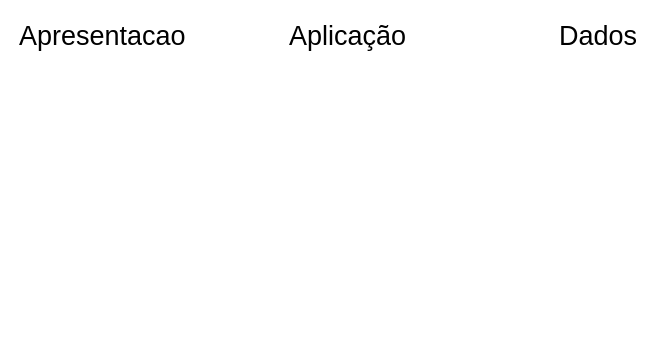
Before: page "Page-4" (4 of 4) of data/Diagrama dados.drawio in Hiperbite/nova_rh_srv, a draw.io diagram. Source tidied: cells renumbered, new cells numbered last; positions are measured from the earlier drawing's top-left corner, leaving out a move shared by most shapes. Both pictures are drawn from the tidied source at 100%, with x=0, y=0 at pixel (17, 17).
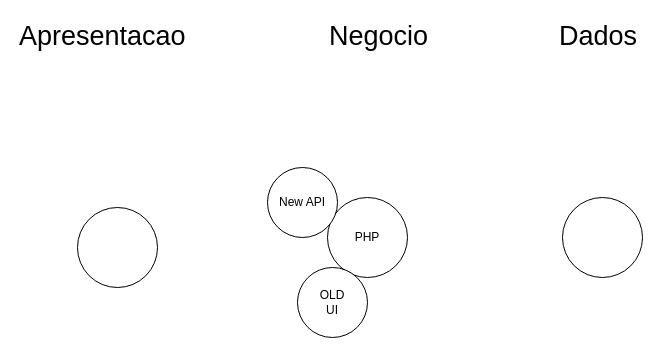
The same diagram, later.

What changed in the source:
```diff
@@
 <mxGraphModel>
   <root>
     <mxCell id="0" />
     <mxCell id="1" parent="0" />
     <mxCell id="2" value="Apresentacao" style="text;html=1;align=left;verticalAlign=top;spacingTop=-4;fontSize=27;" parent="1" vertex="1">
       <mxGeometry width="180" height="30" as="geometry" />
     </mxCell>
-    <mxCell id="3" value="Aplicação" style="text;html=1;align=left;verticalAlign=top;spacingTop=-4;fontSize=27;" parent="1" vertex="1">
-      <mxGeometry x="270" width="130" height="30" as="geometry" />
+    <mxCell id="3" value="Negocio" style="text;html=1;align=left;verticalAlign=top;spacingTop=-4;fontSize=27;" parent="1" vertex="1">
+      <mxGeometry x="310" width="110" height="30" as="geometry" />
     </mxCell>
     <mxCell id="4" value="Dados" style="text;html=1;align=left;verticalAlign=top;spacingTop=-4;fontSize=27;" parent="1" vertex="1">
       <mxGeometry x="540" width="90" height="30" as="geometry" />
     </mxCell>
+    <mxCell id="5" style="ellipse;whiteSpace=wrap;html=1;" parent="1" vertex="1">
+      <mxGeometry x="60" y="190" width="80" height="80" as="geometry" />
+    </mxCell>
+    <mxCell id="6" value="PHP" style="ellipse;whiteSpace=wrap;html=1;" parent="1" vertex="1">
+      <mxGeometry x="310" y="180" width="80" height="80" as="geometry" />
+    </mxCell>
+    <mxCell id="7" style="ellipse;whiteSpace=wrap;html=1;" parent="1" vertex="1">
+      <mxGeometry x="545" y="180" width="80" height="80" as="geometry" />
+    </mxCell>
+    <mxCell id="8" value="OLD&lt;br&gt;UI" style="ellipse;whiteSpace=wrap;html=1;" parent="1" vertex="1">
+      <mxGeometry x="280" y="250" width="70" height="70" as="geometry" />
+    </mxCell>
+    <mxCell id="9" value="New API" style="ellipse;whiteSpace=wrap;html=1;" parent="1" vertex="1">
+      <mxGeometry x="250" y="150" width="70" height="70" as="geometry" />
+    </mxCell>
   </root>
 </mxGraphModel>
```
